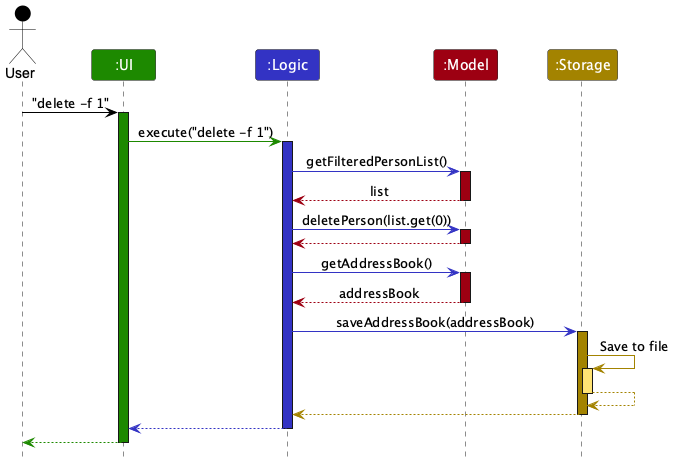
This is docs/images/ArchitectureSequenceDiagram.png from ethanlaiii/tp, a PlantUML export, as it was before one commit.
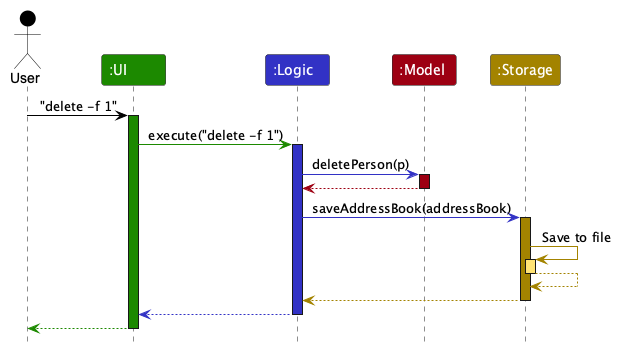
After the commit.

Commit message:
Keep architecture diagram high level and re-render with newer PlantUML

What changed in the source:
```diff
@@ -14,22 +14,10 @@
 ui -[UI_COLOR]> logic : execute("delete -f 1")
 activate logic LOGIC_COLOR
 
-logic -[LOGIC_COLOR]> model : getFilteredPersonList()
-activate model MODEL_COLOR
-
-model -[MODEL_COLOR]-> logic : list
-deactivate model
-
-logic -[LOGIC_COLOR]> model : deletePerson(list.get(0))
+logic -[LOGIC_COLOR]> model : deletePerson(p)
 activate model MODEL_COLOR
 
 model -[MODEL_COLOR]-> logic
-deactivate model
-
-logic -[LOGIC_COLOR]> model : getAddressBook()
-activate model MODEL_COLOR
-
-model -[MODEL_COLOR]-> logic : addressBook
 deactivate model
 
 logic -[LOGIC_COLOR]> storage : saveAddressBook(addressBook)
```
